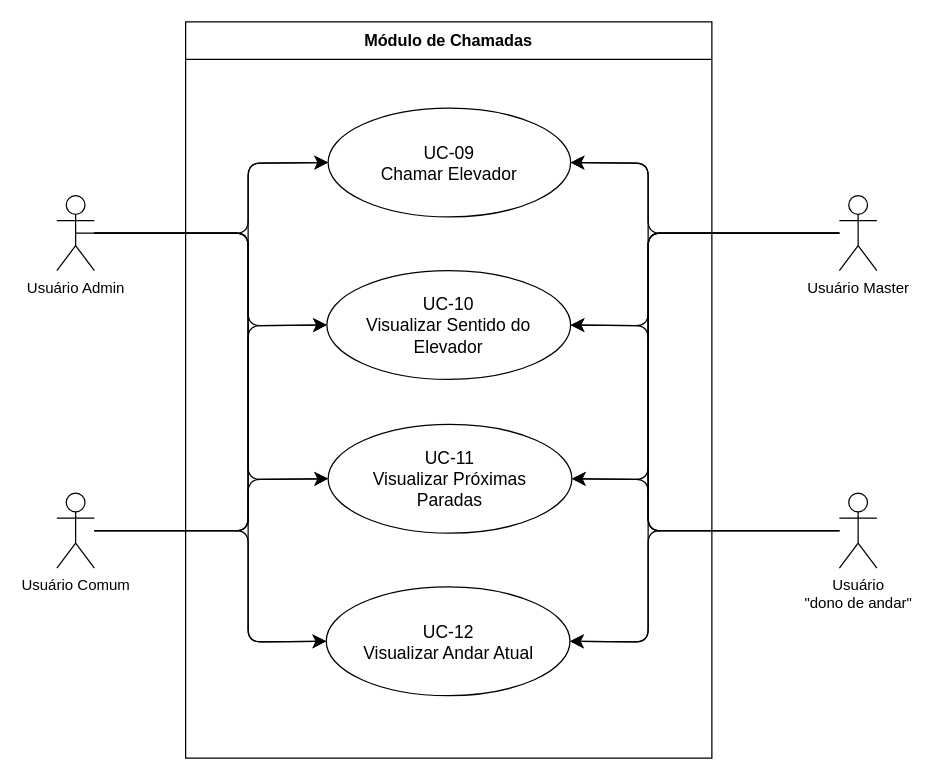
gb-cs-rt/elevator keeps this draw.io diagram as diagrama_casos_de_uso/uc_modulo_chamada.drawio. Above is the earlier version. Source tidied: cells renumbered, new cells numbered last; positions are measured from the earlier drawing's top-left corner, leaving out a move shared by most shapes. Both pictures are drawn from the tidied source at 125%, with x=0, y=0 at pixel (56, 21).
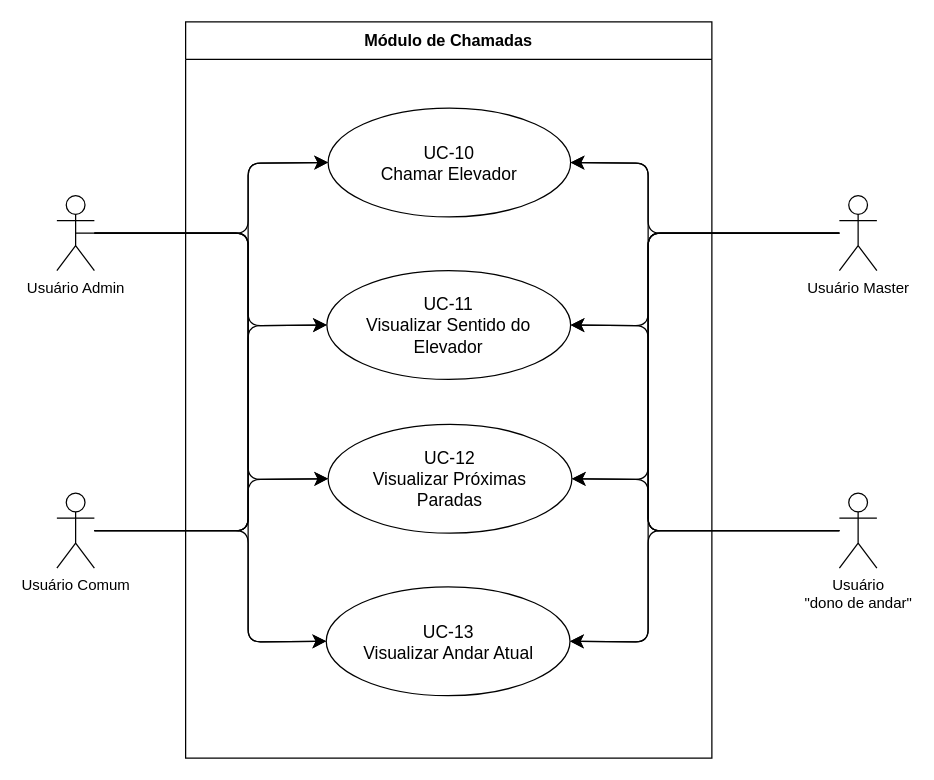
The same diagram, later.

The change refers to these unchanged cells:
```xml
<mxCell id="2" value="&lt;font style=&quot;font-size: 13px;&quot;&gt;Módulo de Chamadas&lt;/font&gt;" style="swimlane;whiteSpace=wrap;html=1;startSize=30;" parent="1" vertex="1">
  <mxGeometry x="103" width="421" height="589" as="geometry" />
</mxCell>
```

Diff of the diagram source:
```diff
@@
-    <mxCell id="3" value="UC-09&lt;br style=&quot;font-size: 14px;&quot;&gt;Chamar Elevador" style="ellipse;whiteSpace=wrap;html=1;fontSize=14;fontStyle=0;" parent="2" vertex="1">
+    <mxCell id="3" value="UC-10&lt;br style=&quot;font-size: 14px;&quot;&gt;Chamar Elevador" style="ellipse;whiteSpace=wrap;html=1;fontSize=14;fontStyle=0;" parent="2" vertex="1">
       <mxGeometry x="114" y="69" width="194" height="87" as="geometry" />
     </mxCell>
-    <mxCell id="4" value="UC-10&lt;div&gt;Visualizar Sentido do&lt;/div&gt;&lt;div&gt;Elevador&lt;/div&gt;" style="ellipse;whiteSpace=wrap;html=1;fontSize=14;fontStyle=0;" parent="2" vertex="1">
+    <mxCell id="4" value="UC-11&lt;div&gt;Visualizar Sentido do&lt;/div&gt;&lt;div&gt;Elevador&lt;/div&gt;" style="ellipse;whiteSpace=wrap;html=1;fontSize=14;fontStyle=0;" parent="2" vertex="1">
       <mxGeometry x="113" y="199" width="195" height="87" as="geometry" />
     </mxCell>
-    <mxCell id="5" value="UC-11&lt;div&gt;Visualizar Próximas&lt;/div&gt;&lt;div&gt;Paradas&lt;/div&gt;" style="ellipse;whiteSpace=wrap;html=1;fontSize=14;fontStyle=0;" parent="2" vertex="1">
+    <mxCell id="5" value="UC-12&lt;div&gt;Visualizar Próximas&lt;/div&gt;&lt;div&gt;Paradas&lt;/div&gt;" style="ellipse;whiteSpace=wrap;html=1;fontSize=14;fontStyle=0;" parent="2" vertex="1">
       <mxGeometry x="114" y="322" width="195" height="87" as="geometry" />
     </mxCell>
-    <mxCell id="6" value="UC-12&lt;div&gt;Visualizar Andar Atual&lt;/div&gt;" style="ellipse;whiteSpace=wrap;html=1;fontSize=14;fontStyle=0;" parent="2" vertex="1">
+    <mxCell id="6" value="UC-13&lt;div&gt;Visualizar Andar Atual&lt;/div&gt;" style="ellipse;whiteSpace=wrap;html=1;fontSize=14;fontStyle=0;" parent="2" vertex="1">
       <mxGeometry x="112.5" y="452" width="195" height="87" as="geometry" />
     </mxCell>
```
